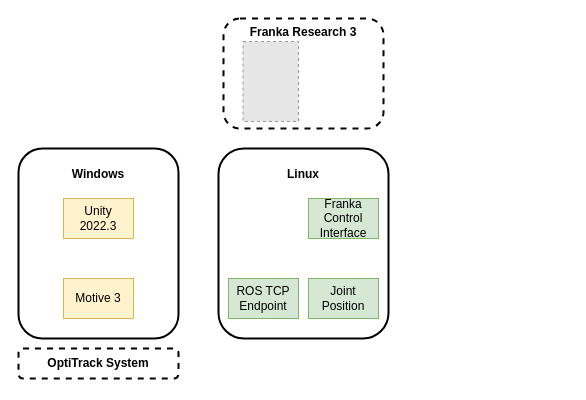
Before: study_02a.drawio in dantonycs/Robot-x-AR, a draw.io diagram. Source tidied: cells renumbered, new cells numbered last; positions are measured from the earlier drawing's top-left corner, leaving out a move shared by most shapes. Both pictures are drawn from the tidied source at 100%, with x=0, y=0 at pixel (18, 18). Pictures stored in the file or linked from it are replaced by grey dashed boxes.
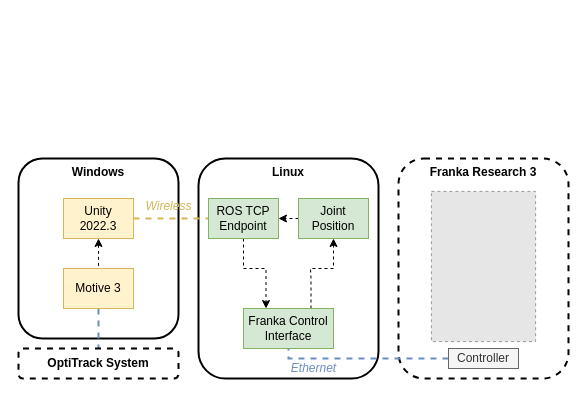
The same diagram, later.

The change refers to these unchanged cells:
```xml
<mxCell id="3" value="Unity&lt;div&gt;2022.3&lt;/div&gt;" style="rounded=0;whiteSpace=wrap;html=1;labelBackgroundColor=none;fillColor=#fff2cc;strokeColor=#d6b656;" parent="1" vertex="1">
  <mxGeometry x="45" y="180" width="70" height="40" as="geometry" />
</mxCell>
<mxCell id="6" value="&lt;b&gt;OptiTrack System&lt;/b&gt;" style="rounded=1;whiteSpace=wrap;html=1;dashed=1;strokeWidth=2;" parent="1" vertex="1">
  <mxGeometry y="330" width="160" height="30" as="geometry" />
</mxCell>
```

What changed in the source:
```diff
@@
-    <mxCell id="2" value="&lt;p style=&quot;padding-top: 0px;&quot;&gt;&lt;b&gt;Windows&lt;/b&gt;&lt;/p&gt;" style="rounded=1;whiteSpace=wrap;html=1;align=center;verticalAlign=top;strokeWidth=2;" parent="1" vertex="1">
-      <mxGeometry y="130" width="160" height="190" as="geometry" />
+    <mxCell id="2" value="&lt;b&gt;Windows&lt;/b&gt;" style="rounded=1;whiteSpace=wrap;html=1;align=center;verticalAlign=top;strokeWidth=2;horizontal=1;labelPosition=center;verticalLabelPosition=middle;" parent="1" vertex="1">
+      <mxGeometry y="140" width="160" height="180" as="geometry" />
     </mxCell>
+    <mxCell id="12" style="edgeStyle=orthogonalEdgeStyle;rounded=0;jettySize=auto;html=1;exitX=0.5;exitY=1;exitDx=0;exitDy=0;entryX=0.5;entryY=0;entryDx=0;entryDy=0;endArrow=none;endFill=0;startArrow=classic;startFill=1;dashed=1;" parent="1" edge="1" source="3" target="4">
+      <mxGeometry relative="1" as="geometry" />
+    </mxCell>
@@
+    <mxCell id="13" style="edgeStyle=orthogonalEdgeStyle;rounded=0;jettySize=auto;html=1;exitX=0.5;exitY=1;exitDx=0;exitDy=0;entryX=0.5;entryY=0;entryDx=0;entryDy=0;fillColor=#dae8fc;strokeColor=#6c8ebf;endArrow=none;endFill=0;strokeWidth=2;dashed=1;" parent="1" edge="1" source="4" target="6">
+      <mxGeometry relative="1" as="geometry" />
+    </mxCell>
     <mxCell id="4" value="Motive 3" style="rounded=0;whiteSpace=wrap;html=1;labelBackgroundColor=none;fillColor=#fff2cc;strokeColor=#d6b656;" parent="1" vertex="1">
-      <mxGeometry x="45" y="260" width="70" height="40" as="geometry" />
+      <mxGeometry x="45" y="250" width="70" height="40" as="geometry" />
     </mxCell>
-    <mxCell id="5" value="&lt;p style=&quot;padding-top: 0px;&quot;&gt;&lt;b&gt;&lt;font style=&quot;font-size: 12px;&quot;&gt;Linux&lt;/font&gt;&lt;/b&gt;&lt;/p&gt;" style="rounded=1;whiteSpace=wrap;html=1;align=center;verticalAlign=top;strokeWidth=2;" parent="1" vertex="1">
-      <mxGeometry x="200" y="130" width="170" height="190" as="geometry" />
+    <mxCell id="5" value="&lt;b&gt;Linux&lt;/b&gt;" style="rounded=1;whiteSpace=wrap;html=1;align=center;verticalAlign=top;strokeWidth=2;" parent="1" vertex="1">
+      <mxGeometry x="180" y="140" width="180" height="220" as="geometry" />
     </mxCell>
@@
+    <mxCell id="14" style="edgeStyle=orthogonalEdgeStyle;rounded=0;jettySize=auto;html=1;entryX=0;entryY=0.5;entryDx=0;entryDy=0;dashed=1;fillColor=#fff2cc;strokeColor=#d6b656;strokeWidth=2;endArrow=none;endFill=0;" parent="1" edge="1" source="3" target="7">
+      <mxGeometry relative="1" as="geometry">
+        <Array as="points">
+          <mxPoint x="190" y="200" />
+          <mxPoint x="190" y="200" />
+        </Array>
+      </mxGeometry>
+    </mxCell>
+    <mxCell id="15" style="edgeStyle=orthogonalEdgeStyle;rounded=0;jettySize=auto;html=1;exitX=0.5;exitY=1;exitDx=0;exitDy=0;entryX=0.25;entryY=0;entryDx=0;entryDy=0;dashed=1;strokeWidth=1;" parent="1" edge="1" source="7" target="9">
+      <mxGeometry relative="1" as="geometry">
+        <Array as="points">
+          <mxPoint x="225" y="250" />
+          <mxPoint x="248" y="250" />
+        </Array>
+      </mxGeometry>
+    </mxCell>
     <mxCell id="7" value="ROS TCP Endpoint" style="rounded=0;whiteSpace=wrap;html=1;labelBackgroundColor=none;fillColor=#d5e8d4;strokeColor=#82b366;" parent="1" vertex="1">
-      <mxGeometry x="210" y="260" width="70" height="40" as="geometry" />
+      <mxGeometry x="190" y="180" width="70" height="40" as="geometry" />
     </mxCell>
+    <mxCell id="16" style="edgeStyle=orthogonalEdgeStyle;rounded=0;jettySize=auto;html=1;exitX=0;exitY=0.5;exitDx=0;exitDy=0;entryX=1;entryY=0.5;entryDx=0;entryDy=0;dashed=1;" parent="1" edge="1" source="8" target="7">
+      <mxGeometry relative="1" as="geometry" />
+    </mxCell>
     <mxCell id="8" value="Joint Position" style="rounded=0;whiteSpace=wrap;html=1;labelBackgroundColor=none;fillColor=#d5e8d4;strokeColor=#82b366;" parent="1" vertex="1">
-      <mxGeometry x="290" y="260" width="70" height="40" as="geometry" />
+      <mxGeometry x="280" y="180" width="70" height="40" as="geometry" />
     </mxCell>
+    <mxCell id="17" style="edgeStyle=orthogonalEdgeStyle;rounded=0;jettySize=auto;html=1;dashed=1;entryX=0.5;entryY=1;entryDx=0;entryDy=0;exitX=0.75;exitY=0;exitDx=0;exitDy=0;" parent="1" edge="1" source="9" target="8">
+      <mxGeometry relative="1" as="geometry">
+        <Array as="points">
+          <mxPoint x="292" y="260" />
+          <mxPoint x="292" y="250" />
+          <mxPoint x="315" y="250" />
+        </Array>
+      </mxGeometry>
+    </mxCell>
     <mxCell id="9" value="Franka Control Interface" style="rounded=0;whiteSpace=wrap;html=1;labelBackgroundColor=none;fillColor=#d5e8d4;strokeColor=#82b366;" parent="1" vertex="1">
-      <mxGeometry x="290" y="180" width="70" height="40" as="geometry" />
+      <mxGeometry x="225" y="290" width="90" height="40" as="geometry" />
     </mxCell>
     <mxCell id="10" value="&lt;b&gt;Franka Research 3&lt;/b&gt;" style="rounded=1;whiteSpace=wrap;html=1;dashed=1;strokeWidth=2;verticalAlign=top;" parent="1" vertex="1">
-      <mxGeometry x="205" width="160" height="110" as="geometry" />
+      <mxGeometry x="380" y="140" width="170" height="220" as="geometry" />
     </mxCell>
     <mxCell id="11" style="fillColor=#E6E6E6;strokeColor=#999999;dashed=1;verticalLabelPosition=bottom;labelBackgroundColor=default;verticalAlign=top;" parent="1" vertex="1">
-      <mxGeometry x="224.5" y="23" width="55.5" height="80" as="geometry" />
+      <mxGeometry x="412.9" y="172.9" width="104.2" height="150.2" as="geometry" />
     </mxCell>
+    <mxCell id="18" style="edgeStyle=orthogonalEdgeStyle;rounded=0;jettySize=auto;html=1;exitX=0;exitY=0.5;exitDx=0;exitDy=0;entryX=0.5;entryY=1;entryDx=0;entryDy=0;fillColor=#dae8fc;strokeColor=#6c8ebf;endArrow=none;endFill=0;strokeWidth=2;dashed=1;" parent="1" edge="1" source="19" target="9">
+      <mxGeometry relative="1" as="geometry">
+        <Array as="points">
+          <mxPoint x="430" y="340" />
+          <mxPoint x="270" y="340" />
+        </Array>
+      </mxGeometry>
+    </mxCell>
+    <mxCell id="19" value="Controller" style="rounded=0;whiteSpace=wrap;html=1;labelBackgroundColor=none;fillColor=#f5f5f5;strokeColor=#666666;fontColor=#333333;" parent="1" vertex="1">
+      <mxGeometry x="430" y="330" width="70" height="20" as="geometry" />
+    </mxCell>
+    <mxCell id="20" value="&lt;i&gt;&lt;font color=&quot;#6c8ebf&quot;&gt;Ethernet&lt;/font&gt;&lt;/i&gt;" style="text;html=1;align=center;verticalAlign=middle;strokeColor=none;fillColor=none;" parent="1" vertex="1">
+      <mxGeometry x="260" y="335" width="70" height="30" as="geometry" />
+    </mxCell>
+    <mxCell id="21" value="&lt;i&gt;&lt;font style=&quot;&quot; color=&quot;#d6b656&quot;&gt;Wireless&lt;/font&gt;&lt;/i&gt;" style="text;html=1;align=center;verticalAlign=middle;strokeColor=none;fillColor=none;" parent="1" vertex="1">
+      <mxGeometry x="115" y="172.9" width="70" height="30" as="geometry" />
+    </mxCell>
```
